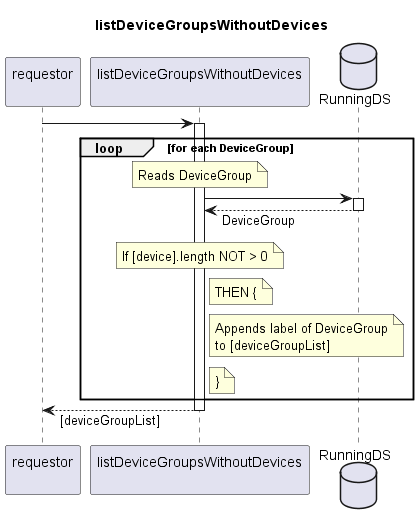
openBackhaul/FirmWareManager keeps this PlantUML diagram as spec/Services/listDeviceGroupsWithoutDevices/1.0.0/listDeviceGroupsWithoutDevices.png. Above is the earlier version.
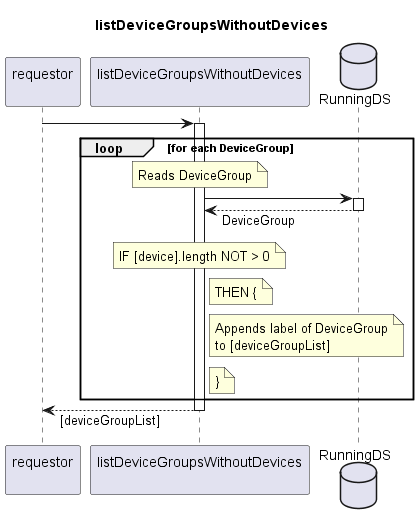
After the commit.

The edit, as a diff of the source:
```diff
@@ -21,7 +21,7 @@
     indServ <-- RunDS: DeviceGroup
     deactivate RunDS
     note over indServ
-      If [device].length NOT > 0
+      IF [device].length NOT > 0
     end note
     note right indServ
       THEN {
```
